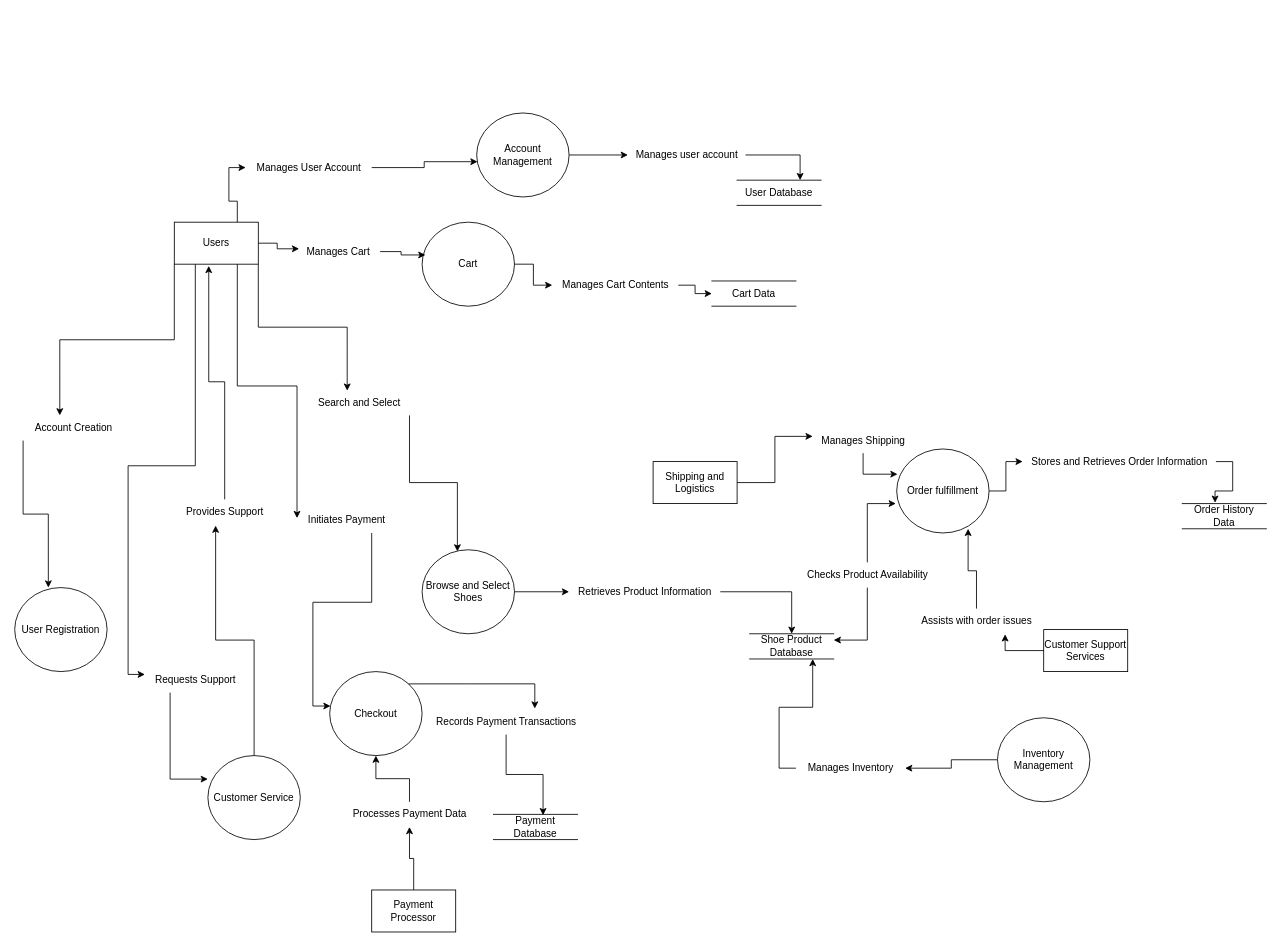
Earlier version of the draw.io diagram kossy.drawio (Chukwuebuka-2003/SE-DFD). Source tidied: cells renumbered, new cells numbered last; positions are measured from the earlier drawing's top-left corner, leaving out a move shared by most shapes. Both pictures are drawn from the tidied source at 84%, with x=0, y=0 at pixel (14, 113).
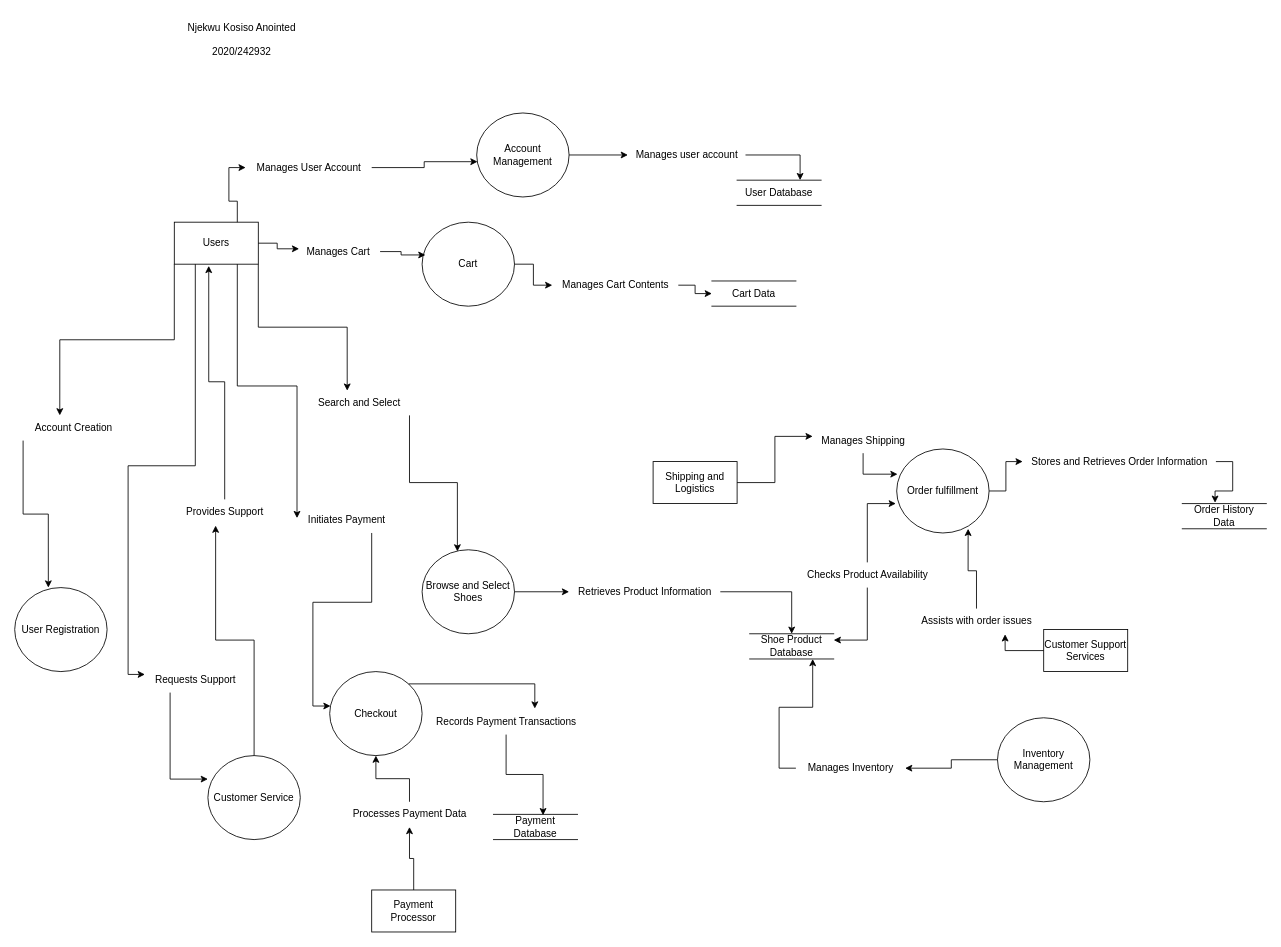
Above is the later version.

Diff of the diagram source:
```diff
@@
+    <mxCell id="70" value="Njekwu Kosiso Anointed&lt;br style=&quot;border-color: var(--border-color);&quot;&gt;&lt;br style=&quot;border-color: var(--border-color);&quot;&gt;2020/242932" style="text;html=1;align=center;verticalAlign=middle;strokeColor=none;fillColor=none;" parent="1" vertex="1">
+      <mxGeometry x="195" y="-117" width="150" height="60" as="geometry" />
+    </mxCell>
```
